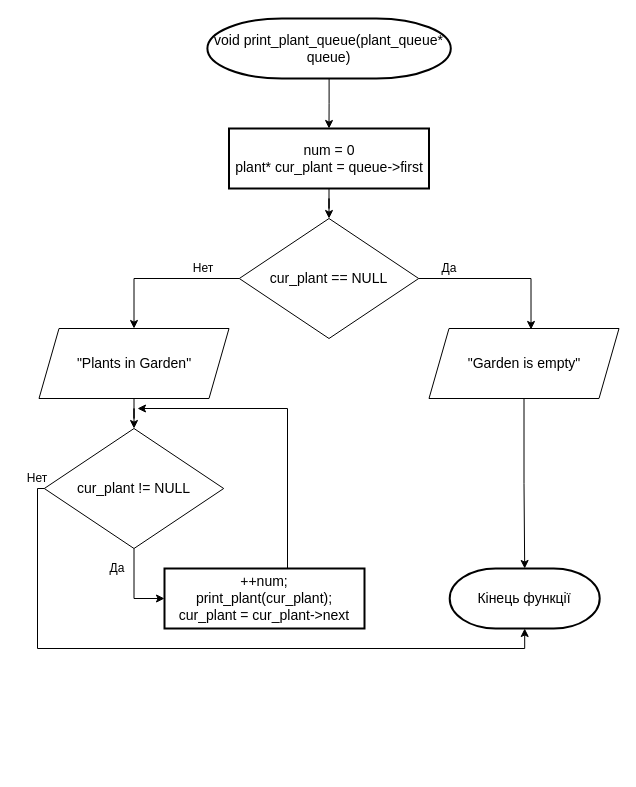
Before: page "Страница 3" (7 of 16) of diagram/garden.drawio in Act1on04/CourseWork, a draw.io diagram. Source tidied: cells renumbered, new cells numbered last; positions are measured from the earlier drawing's top-left corner, leaving out a move shared by most shapes. Both pictures are drawn from the tidied source at 100%, with x=0, y=0 at pixel (17, 18).
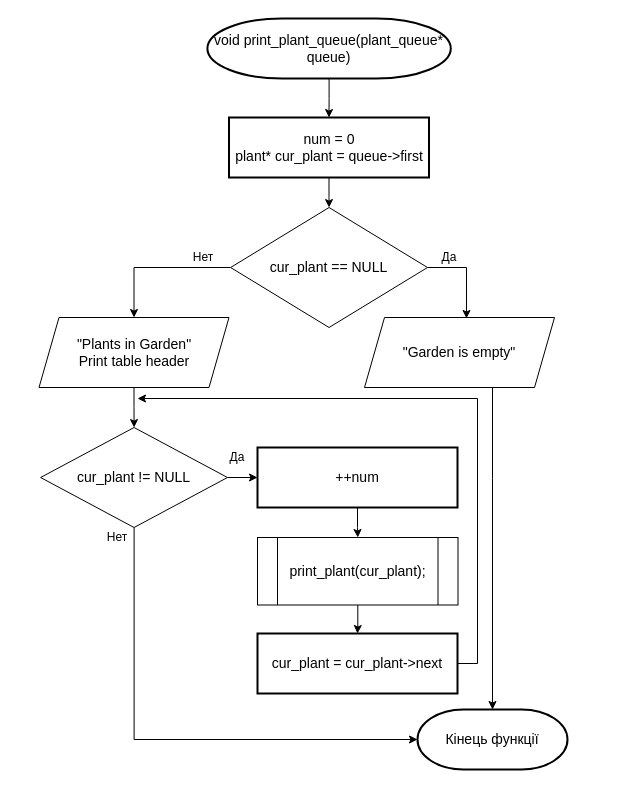
The same diagram, later.

The edit, as a diff of the source:
```diff
@@
     <mxCell id="5" value="&lt;span style=&quot;font-size: 14px&quot;&gt;num = 0&lt;/span&gt;&lt;br&gt;&lt;span style=&quot;font-size: 14px&quot;&gt;plant* cur_plant = queue-&amp;gt;first&lt;/span&gt;" style="whiteSpace=wrap;html=1;strokeWidth=2;align=center;" parent="1" vertex="1">
-      <mxGeometry x="211.5" y="110" width="200" height="60" as="geometry" />
+      <mxGeometry x="211.5" y="99" width="200" height="60" as="geometry" />
     </mxCell>
     <mxCell id="6" style="edgeStyle=orthogonalEdgeStyle;rounded=0;jettySize=auto;html=1;entryX=0.537;entryY=0.014;entryDx=0;entryDy=0;entryPerimeter=0;" parent="1" edge="1" source="8" target="10">
-      <mxGeometry relative="1" as="geometry" />
+      <mxGeometry relative="1" as="geometry">
+        <Array as="points">
+          <mxPoint x="449" y="249" />
+        </Array>
+      </mxGeometry>
     </mxCell>
@@
     <mxCell id="8" value="&lt;font style=&quot;font-size: 14px&quot;&gt;cur_plant == NULL&lt;/font&gt;" style="rhombus;whiteSpace=wrap;html=1;" parent="1" vertex="1">
-      <mxGeometry x="221.8" y="200" width="179.4" height="120" as="geometry" />
+      <mxGeometry x="213.1" y="189" width="196.9" height="120" as="geometry" />
     </mxCell>
     <mxCell id="9" style="edgeStyle=orthogonalEdgeStyle;rounded=0;jettySize=auto;html=1;entryX=0.5;entryY=0;entryDx=0;entryDy=0;entryPerimeter=0;" parent="1" edge="1" source="10" target="18">
-      <mxGeometry relative="1" as="geometry" />
+      <mxGeometry relative="1" as="geometry">
+        <Array as="points">
+          <mxPoint x="475" y="460" />
+          <mxPoint x="475" y="460" />
+        </Array>
+      </mxGeometry>
     </mxCell>
     <mxCell id="10" value="&lt;font style=&quot;font-size: 14px&quot;&gt;&quot;Garden is empty&quot;&lt;/font&gt;" style="shape=parallelogram;perimeter=parallelogramPerimeter;whiteSpace=wrap;html=1;fixedSize=1;" parent="1" vertex="1">
-      <mxGeometry x="411.5" y="310" width="190" height="70" as="geometry" />
+      <mxGeometry x="347" y="299" width="190" height="70" as="geometry" />
     </mxCell>
@@
-    <mxCell id="12" value="&lt;font style=&quot;font-size: 14px&quot;&gt;&quot;Plants in Garden&quot;&lt;/font&gt;" style="shape=parallelogram;perimeter=parallelogramPerimeter;whiteSpace=wrap;html=1;fixedSize=1;" parent="1" vertex="1">
-      <mxGeometry x="21.5" y="310" width="190" height="70" as="geometry" />
+    <mxCell id="12" value="&lt;font style=&quot;font-size: 14px&quot;&gt;&quot;Plants in Garden&quot;&lt;br&gt;Print&amp;nbsp;table header&lt;br&gt;&lt;/font&gt;" style="shape=parallelogram;perimeter=parallelogramPerimeter;whiteSpace=wrap;html=1;fixedSize=1;" parent="1" vertex="1">
+      <mxGeometry x="21.5" y="299" width="190" height="70" as="geometry" />
     </mxCell>
@@
-    <mxCell id="14" style="edgeStyle=orthogonalEdgeStyle;rounded=0;jettySize=auto;html=1;entryX=0.5;entryY=1;entryDx=0;entryDy=0;entryPerimeter=0;" parent="1" edge="1" source="15" target="18">
+    <mxCell id="14" style="edgeStyle=orthogonalEdgeStyle;rounded=0;jettySize=auto;html=1;entryX=0;entryY=0.5;entryDx=0;entryDy=0;entryPerimeter=0;" parent="1" edge="1" source="15" target="18">
       <mxGeometry relative="1" as="geometry">
         <Array as="points">
-          <mxPoint x="20" y="470" />
-          <mxPoint x="20" y="630" />
-          <mxPoint x="507" y="630" />
+          <mxPoint x="117" y="721" />
         </Array>
       </mxGeometry>
     </mxCell>
     <mxCell id="15" value="&lt;font style=&quot;font-size: 14px&quot;&gt;cur_plant != NULL&lt;/font&gt;" style="rhombus;whiteSpace=wrap;html=1;" parent="1" vertex="1">
-      <mxGeometry x="26.8" y="410" width="179.4" height="120" as="geometry" />
+      <mxGeometry x="23.1" y="409" width="186.9" height="100" as="geometry" />
     </mxCell>
-    <mxCell id="16" style="edgeStyle=orthogonalEdgeStyle;rounded=0;jettySize=auto;html=1;" parent="1" edge="1" source="17">
-      <mxGeometry relative="1" as="geometry">
-        <mxPoint x="120" y="390" as="targetPoint" />
-        <Array as="points">
-          <mxPoint x="270" y="390" />
-        </Array>
-      </mxGeometry>
-    </mxCell>
+    <mxCell id="23" style="edgeStyle=orthogonalEdgeStyle;rounded=0;jettySize=auto;html=1;" parent="1" edge="1" source="17" target="25">
+      <mxGeometry relative="1" as="geometry" />
+    </mxCell>
-    <mxCell id="17" value="&lt;span style=&quot;font-size: 14px&quot;&gt;++num;&lt;/span&gt;&lt;br&gt;&lt;span style=&quot;font-size: 14px&quot;&gt;print_plant(cur_plant);&lt;/span&gt;&lt;span style=&quot;font-size: 14px&quot;&gt;&lt;br&gt;cur_plant = cur_plant-&amp;gt;next&lt;/span&gt;" style="whiteSpace=wrap;html=1;strokeWidth=2;align=center;" parent="1" vertex="1">
-      <mxGeometry x="147" y="550" width="200" height="60" as="geometry" />
+    <mxCell id="17" value="&lt;span style=&quot;font-size: 14px&quot;&gt;++num&lt;/span&gt;" style="whiteSpace=wrap;html=1;strokeWidth=2;align=center;" parent="1" vertex="1">
+      <mxGeometry x="240" y="429" width="200" height="60" as="geometry" />
     </mxCell>
     <mxCell id="18" value="&lt;font style=&quot;font-size: 14px&quot;&gt;Кінець функції&lt;/font&gt;" style="strokeWidth=2;html=1;shape=mxgraph.flowchart.terminator;whiteSpace=wrap;" parent="1" vertex="1">
-      <mxGeometry x="432.2" y="550" width="150" height="60" as="geometry" />
+      <mxGeometry x="400" y="691" width="150" height="60" as="geometry" />
     </mxCell>
     <mxCell id="19" value="Нет" style="text;html=1;strokeColor=none;fillColor=none;align=center;verticalAlign=middle;whiteSpace=wrap;rounded=0;" parent="1" vertex="1">
-      <mxGeometry x="166.3" y="240" width="40" height="20" as="geometry" />
+      <mxGeometry x="166.3" y="229" width="40" height="20" as="geometry" />
     </mxCell>
     <mxCell id="20" value="Нет" style="text;html=1;strokeColor=none;fillColor=none;align=center;verticalAlign=middle;whiteSpace=wrap;rounded=0;" parent="1" vertex="1">
-      <mxGeometry y="450" width="40" height="20" as="geometry" />
+      <mxGeometry x="80" y="509" width="40" height="20" as="geometry" />
     </mxCell>
     <mxCell id="21" value="Да" style="text;html=1;strokeColor=none;fillColor=none;align=center;verticalAlign=middle;whiteSpace=wrap;rounded=0;" parent="1" vertex="1">
-      <mxGeometry x="411.5" y="240" width="40" height="20" as="geometry" />
+      <mxGeometry x="411.5" y="229" width="40" height="20" as="geometry" />
     </mxCell>
     <mxCell id="22" value="Да" style="text;html=1;strokeColor=none;fillColor=none;align=center;verticalAlign=middle;whiteSpace=wrap;rounded=0;" parent="1" vertex="1">
-      <mxGeometry x="80" y="540" width="40" height="20" as="geometry" />
+      <mxGeometry x="200" y="429" width="40" height="20" as="geometry" />
     </mxCell>
+    <mxCell id="24" style="edgeStyle=orthogonalEdgeStyle;rounded=0;jettySize=auto;html=1;" parent="1" edge="1" source="25" target="27">
+      <mxGeometry relative="1" as="geometry" />
+    </mxCell>
+    <mxCell id="25" value="&lt;span style=&quot;font-size: 14px;&quot;&gt;print_plant(cur_plant);&lt;/span&gt;" style="shape=process;whiteSpace=wrap;html=1;backgroundOutline=1;fillColor=#FFFFFF;" parent="1" vertex="1">
+      <mxGeometry x="240" y="519" width="200.5" height="67.5" as="geometry" />
+    </mxCell>
+    <mxCell id="26" style="edgeStyle=orthogonalEdgeStyle;rounded=0;jettySize=auto;html=1;" parent="1" edge="1" source="27">
+      <mxGeometry relative="1" as="geometry">
+        <mxPoint x="120" y="380" as="targetPoint" />
+        <Array as="points">
+          <mxPoint x="460" y="645" />
+          <mxPoint x="460" y="380" />
+        </Array>
+      </mxGeometry>
+    </mxCell>
+    <mxCell id="27" value="&lt;span style=&quot;font-size: 14px&quot;&gt;cur_plant = cur_plant-&amp;gt;next&lt;/span&gt;" style="whiteSpace=wrap;html=1;strokeWidth=2;align=center;" parent="1" vertex="1">
+      <mxGeometry x="240" y="615" width="200" height="60" as="geometry" />
+    </mxCell>
```
